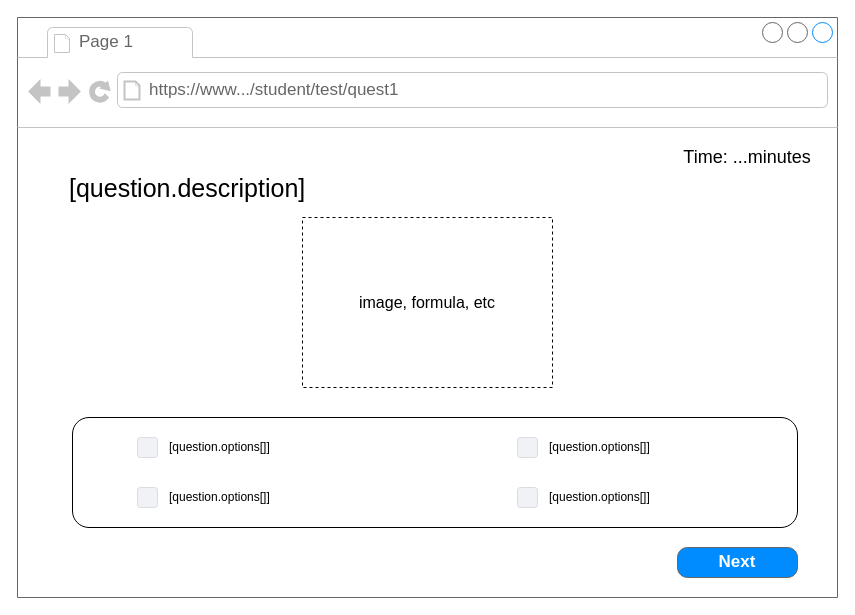
Above: page "test (students)" (13 of 14) of Untitled Diagram.drawio in BuiHongChien/online-test-web-app (draw.io), before the change. Source tidied: cells renumbered, new cells numbered last; positions are measured from the earlier drawing's top-left corner, leaving out a move shared by most shapes. Both pictures are drawn from the tidied source at 100%, with x=0, y=0 at pixel (17, 17).
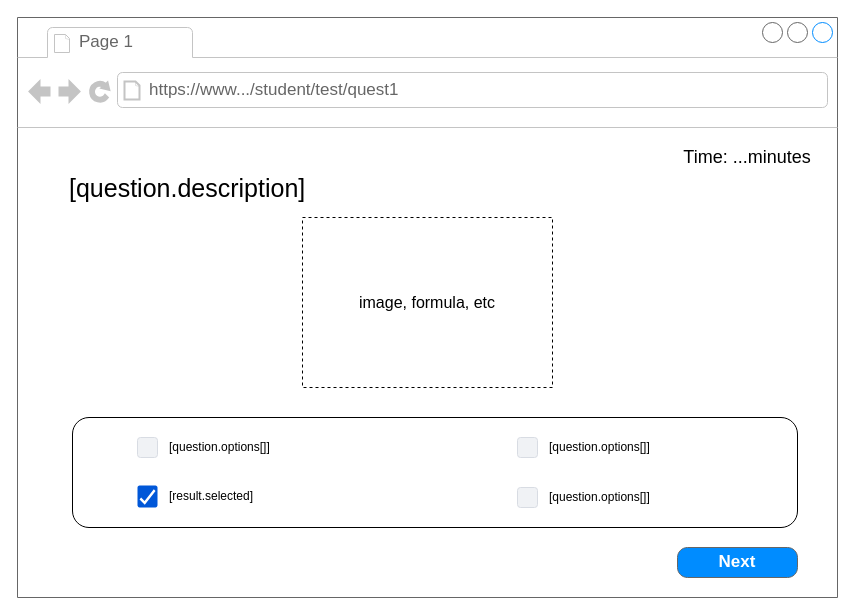
The same diagram, later.

What changed in the source:
```diff
@@
 <mxGraphModel>
   <root>
     <mxCell id="0" />
     <mxCell id="1" parent="0" />
     <mxCell id="2" style="strokeWidth=1;shadow=0;dashed=0;align=center;html=1;shape=mxgraph.mockup.containers.browserWindow;rSize=0;strokeColor=#666666;strokeColor2=#008cff;strokeColor3=#c4c4c4;mainText=,;fillColor=#FFFFFF;fontSize=16;fontColor=#000000;" parent="1" vertex="1">
       <mxGeometry width="820" height="580" as="geometry" />
     </mxCell>
     <mxCell id="3" value="Page 1" style="strokeWidth=1;shadow=0;dashed=0;align=center;html=1;shape=mxgraph.mockup.containers.anchor;fontSize=17;fontColor=#666666;align=left;" parent="2" vertex="1">
       <mxGeometry x="60" y="12" width="110" height="26" as="geometry" />
     </mxCell>
     <mxCell id="4" value="https://www.../student/test/quest1" style="strokeWidth=1;shadow=0;dashed=0;align=center;html=1;shape=mxgraph.mockup.containers.anchor;rSize=0;fontSize=17;fontColor=#666666;align=left;" parent="2" vertex="1">
       <mxGeometry x="130" y="60" width="250" height="26" as="geometry" />
     </mxCell>
     <mxCell id="5" value="&lt;span style=&quot;font-size: 25px&quot;&gt;[question.description]&lt;/span&gt;" style="text;html=1;strokeColor=none;fillColor=none;align=left;verticalAlign=middle;whiteSpace=wrap;rounded=0;fontSize=16;fontColor=#000000;" parent="2" vertex="1">
       <mxGeometry x="50" y="150" width="330" height="40" as="geometry" />
     </mxCell>
     <mxCell id="6" value="image, formula, etc" style="rounded=0;whiteSpace=wrap;html=1;strokeColor=#000000;fillColor=#FFFFFF;fontSize=16;fontColor=#000000;align=center;dashed=1;" parent="2" vertex="1">
       <mxGeometry x="285" y="200" width="250" height="170" as="geometry" />
     </mxCell>
     <mxCell id="7" style="rounded=1;whiteSpace=wrap;html=1;strokeColor=#000000;fillColor=#FFFFFF;fontSize=16;fontColor=#000000;align=center;" parent="2" vertex="1">
       <mxGeometry x="55" y="400" width="725" height="110" as="geometry" />
     </mxCell>
     <mxCell id="8" value="Time: ...minutes" style="text;html=1;strokeColor=none;fillColor=none;align=center;verticalAlign=middle;whiteSpace=wrap;rounded=0;fontSize=18;fontColor=#000000;" parent="2" vertex="1">
       <mxGeometry x="660" y="130" width="140" height="20" as="geometry" />
     </mxCell>
     <mxCell id="9" value="[question.options[]]" style="rounded=1;fillColor=#F0F2F5;strokeColor=#D8DCE3;align=left;verticalAlign=middle;fontStyle=0;fontSize=12;labelPosition=right;verticalLabelPosition=middle;spacingLeft=10;html=1;shadow=0;dashed=0;" parent="2" vertex="1">
       <mxGeometry x="120" y="420" width="20" height="20" as="geometry" />
     </mxCell>
     <mxCell id="10" value="[question.options[]]" style="rounded=1;fillColor=#F0F2F5;strokeColor=#D8DCE3;align=left;verticalAlign=middle;fontStyle=0;fontSize=12;labelPosition=right;verticalLabelPosition=middle;spacingLeft=10;html=1;shadow=0;dashed=0;" parent="2" vertex="1">
       <mxGeometry x="500" y="420" width="20" height="20" as="geometry" />
     </mxCell>
-    <mxCell id="11" value="[question.options[]]" style="rounded=1;fillColor=#F0F2F5;strokeColor=#D8DCE3;align=left;verticalAlign=middle;fontStyle=0;fontSize=12;labelPosition=right;verticalLabelPosition=middle;spacingLeft=10;html=1;shadow=0;dashed=0;" parent="2" vertex="1">
-      <mxGeometry x="120" y="470" width="20" height="20" as="geometry" />
-    </mxCell>
     <mxCell id="12" value="[question.options[]]" style="rounded=1;fillColor=#F0F2F5;strokeColor=#D8DCE3;align=left;verticalAlign=middle;fontStyle=0;fontSize=12;labelPosition=right;verticalLabelPosition=middle;spacingLeft=10;html=1;shadow=0;dashed=0;" parent="2" vertex="1">
       <mxGeometry x="500" y="470" width="20" height="20" as="geometry" />
     </mxCell>
     <mxCell id="13" value="Next" style="strokeWidth=1;shadow=0;dashed=0;align=center;html=1;shape=mxgraph.mockup.buttons.button;strokeColor=#666666;fontColor=#ffffff;mainText=;buttonStyle=round;fontSize=17;fontStyle=1;fillColor=#008cff;whiteSpace=wrap;" parent="2" vertex="1">
       <mxGeometry x="660" y="530" width="120" height="30" as="geometry" />
     </mxCell>
+    <mxCell id="14" value="[result.selected]" style="html=1;shadow=0;dashed=0;shape=mxgraph.atlassian.checkbox_2;fillColor=#0057D8;strokeColor=none;align=left;verticalAlign=middle;fontStyle=0;fontSize=12;labelPosition=right;verticalLabelPosition=middle;spacingLeft=10;" parent="2" vertex="1">
+      <mxGeometry x="120" y="468" width="20" height="22" as="geometry" />
+    </mxCell>
   </root>
 </mxGraphModel>
```
